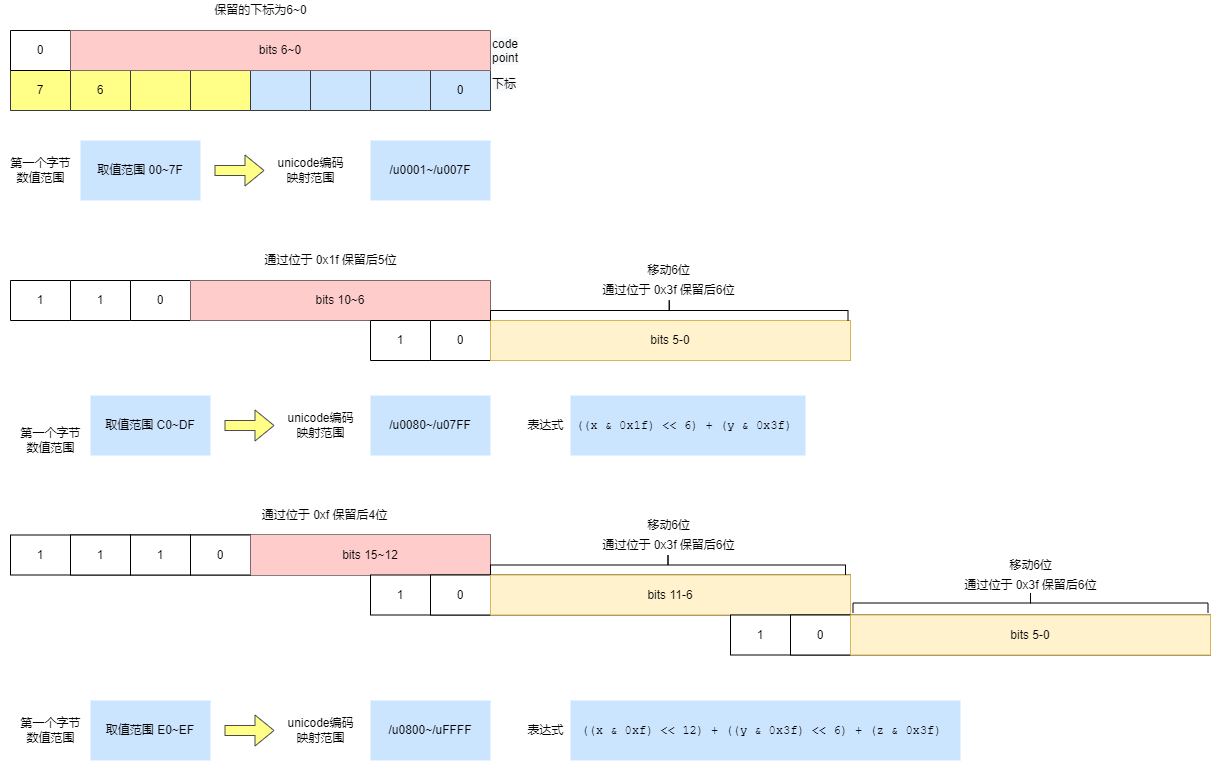
The draw.io diagram jvm/constant_utf8_info_drawio.png in yufarui/simple_picture, before a commit. Source tidied: cells renumbered, new cells last; positions are measured from the earlier drawing's top-left corner, leaving out a move shared by most shapes.
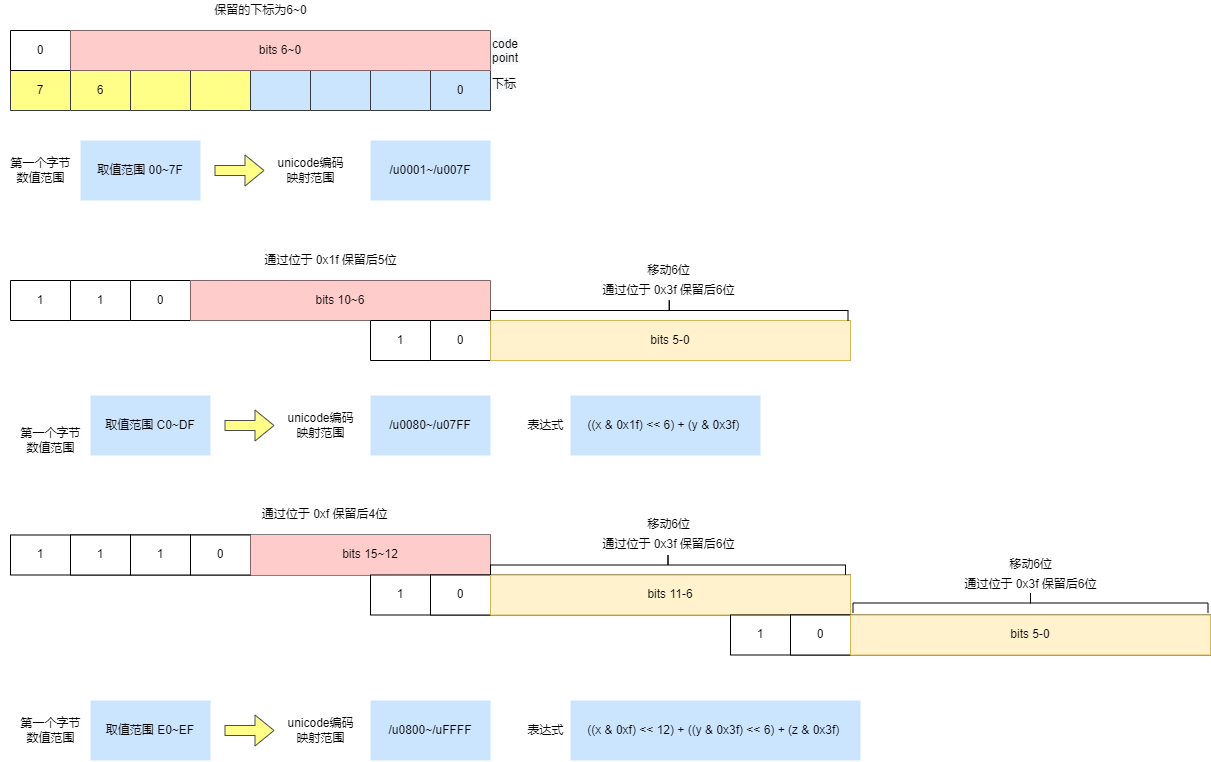
The same diagram one commit later.

Diff of the diagram source:
```diff
@@ -125,8 +125,8 @@
         <mxPoint x="274" y="425" as="targetPoint" />
       </mxGeometry>
     </mxCell>
-    <mxCell id="41" value="&lt;div&gt;&lt;span style=&quot;font-size: 9pt ; font-family: &amp;#34;courier&amp;#34;&quot;&gt;((x &amp;amp; 0x1f) &amp;lt;&amp;lt; 6) + (y &amp;amp; 0x3f)&amp;nbsp;&lt;/span&gt;&lt;/div&gt;" style="rounded=0;whiteSpace=wrap;html=1;fontSize=12;strokeColor=none;fillColor=#cce5ff;" parent="1" vertex="1">
-      <mxGeometry x="570" y="395" width="235" height="60" as="geometry" />
+    <mxCell id="41" value="&lt;div&gt;&lt;span style=&quot;font-size: 9pt&quot;&gt;((x &amp;amp; 0x1f) &amp;lt;&amp;lt; 6) + (y &amp;amp; 0x3f)&amp;nbsp;&lt;/span&gt;&lt;/div&gt;" style="rounded=0;whiteSpace=wrap;html=1;fontSize=12;strokeColor=none;fillColor=#cce5ff;" parent="1" vertex="1">
+      <mxGeometry x="570" y="395" width="190" height="60" as="geometry" />
     </mxCell>
     <mxCell id="42" value="表达式" style="text;html=1;align=center;verticalAlign=middle;strokeColor=none;fillColor=none;fontSize=12;rounded=0;" parent="1" vertex="1">
       <mxGeometry x="520" y="415" width="50" height="20" as="geometry" />
@@ -200,8 +200,8 @@
         <mxPoint x="274" y="730" as="targetPoint" />
       </mxGeometry>
     </mxCell>
-    <mxCell id="65" value="&lt;div&gt;&lt;span style=&quot;font-size: 9pt ; font-family: &amp;#34;courier&amp;#34;&quot;&gt;((x &amp;amp; 0xf) &amp;lt;&amp;lt; 12) + ((y &amp;amp; 0x3f) &amp;lt;&amp;lt; 6) + (z &amp;amp; 0x3f)&amp;nbsp;&lt;/span&gt;&lt;/div&gt;" style="rounded=0;whiteSpace=wrap;html=1;fontSize=12;strokeColor=none;fillColor=#cce5ff;" parent="1" vertex="1">
-      <mxGeometry x="570" y="700" width="390" height="60" as="geometry" />
+    <mxCell id="65" value="&lt;div&gt;&lt;span style=&quot;font-size: 9pt&quot;&gt;((x &amp;amp; 0xf) &amp;lt;&amp;lt; 12) + ((y &amp;amp; 0x3f) &amp;lt;&amp;lt; 6) + (z &amp;amp; 0x3f)&amp;nbsp;&lt;/span&gt;&lt;/div&gt;" style="rounded=0;whiteSpace=wrap;html=1;fontSize=12;strokeColor=none;fillColor=#cce5ff;" parent="1" vertex="1">
+      <mxGeometry x="570" y="700" width="290" height="60" as="geometry" />
     </mxCell>
     <mxCell id="66" value="表达式" style="text;html=1;align=center;verticalAlign=middle;strokeColor=none;fillColor=none;fontSize=12;rounded=0;" parent="1" vertex="1">
       <mxGeometry x="520" y="720" width="50" height="20" as="geometry" />
```
